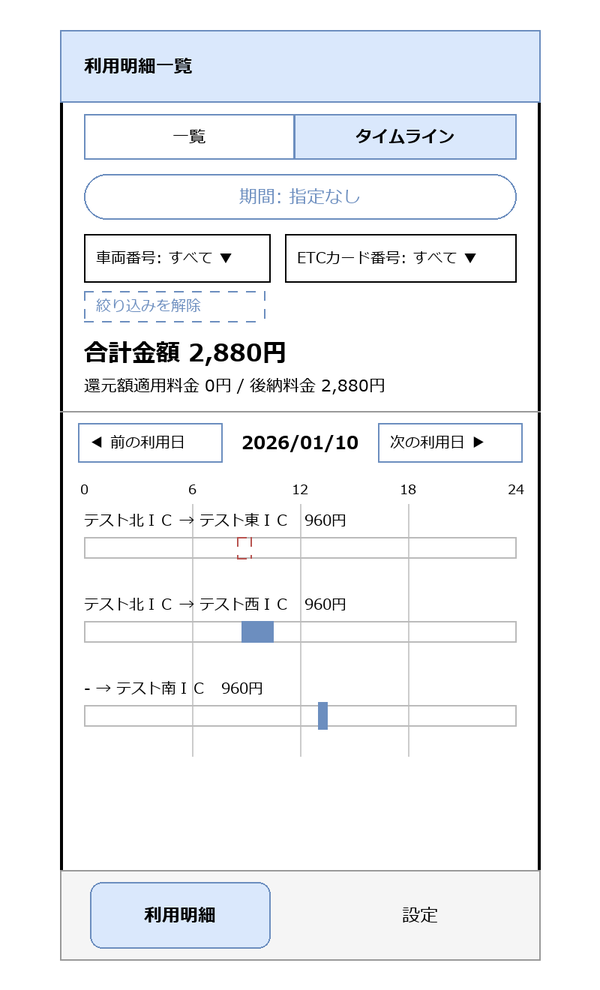
Above: docs/systems/screens/images/SCR-002-statement-timeline.drawio.png in hnt1028/etc-meisai (draw.io), before the change. Source tidied: cells renumbered, new cells last; positions are measured from the earlier drawing's top-left corner, leaving out a move shared by most shapes. Source of this version:
```xml
<mxGraphModel>
  <root>
    <mxCell id="0" />
    <mxCell id="1" parent="0" />
    <mxCell id="2" style="rounded=1;whiteSpace=wrap;html=1;arcSize=3;strokeWidth=2;" parent="1" vertex="1">
      <mxGeometry width="320" height="620" as="geometry" />
    </mxCell>
    <mxCell id="3" value="利用明細一覧" style="rounded=0;whiteSpace=wrap;html=1;align=left;spacingLeft=16;fontStyle=1;fillColor=#dae8fc;strokeColor=#6c8ebf;" parent="1" vertex="1">
      <mxGeometry width="320" height="48" as="geometry" />
    </mxCell>
    <mxCell id="4" value="一覧" style="rounded=0;whiteSpace=wrap;html=1;fontSize=11;fillColor=none;strokeColor=#6c8ebf;" parent="1" vertex="1">
      <mxGeometry x="16" y="56" width="140" height="30" as="geometry" />
    </mxCell>
    <mxCell id="5" value="タイムライン" style="rounded=0;whiteSpace=wrap;html=1;fontSize=11;fillColor=#dae8fc;strokeColor=#6c8ebf;fontStyle=1;" parent="1" vertex="1">
      <mxGeometry x="156" y="56" width="148" height="30" as="geometry" />
    </mxCell>
    <mxCell id="6" value="期間: 指定なし" style="rounded=1;whiteSpace=wrap;html=1;arcSize=50;fillColor=none;strokeColor=#6c8ebf;fontColor=#6c8ebf;" parent="1" vertex="1">
      <mxGeometry x="16" y="96" width="288" height="30" as="geometry" />
    </mxCell>
    <mxCell id="7" value="車両番号: すべて ▼" style="rounded=0;whiteSpace=wrap;html=1;align=left;spacingLeft=8;fontSize=10;fillColor=none;" parent="1" vertex="1">
      <mxGeometry x="16" y="136" width="124" height="32" as="geometry" />
    </mxCell>
    <mxCell id="8" value="ETCカード番号: すべて ▼" style="rounded=0;whiteSpace=wrap;html=1;align=left;spacingLeft=8;fontSize=10;fillColor=none;" parent="1" vertex="1">
      <mxGeometry x="150" y="136" width="154" height="32" as="geometry" />
    </mxCell>
    <mxCell id="9" value="絞り込みを解除" style="rounded=0;whiteSpace=wrap;html=1;align=left;spacingLeft=8;fontSize=10;fillColor=none;dashed=1;fontColor=#6c8ebf;strokeColor=#6c8ebf;" parent="1" vertex="1">
      <mxGeometry x="16" y="174" width="120" height="20" as="geometry" />
    </mxCell>
    <mxCell id="10" value="合計金額 2,880円" style="text;html=1;align=left;verticalAlign=middle;fontStyle=1;fontSize=16;" parent="1" vertex="1">
      <mxGeometry x="16" y="202" width="288" height="26" as="geometry" />
    </mxCell>
    <mxCell id="11" value="還元額適用料金 0円 / 後納料金 2,880円" style="text;html=1;align=left;verticalAlign=middle;fontSize=11;" parent="1" vertex="1">
      <mxGeometry x="16" y="228" width="288" height="18" as="geometry" />
    </mxCell>
    <mxCell id="12" style="endArrow=none;html=1;strokeColor=#999999;" parent="1" edge="1">
      <mxGeometry relative="1" as="geometry">
        <mxPoint y="254" as="sourcePoint" />
        <mxPoint x="320" y="254" as="targetPoint" />
      </mxGeometry>
    </mxCell>
    <mxCell id="13" value="◀ 前の利用日" style="rounded=0;whiteSpace=wrap;html=1;align=left;spacingLeft=8;fontSize=10;fillColor=none;fontSize=10;strokeColor=#6c8ebf;" parent="1" vertex="1">
      <mxGeometry x="12" y="262" width="96" height="26" as="geometry" />
    </mxCell>
    <mxCell id="14" value="2026/01/10" style="text;html=1;align=center;verticalAlign=middle;fontStyle=1;" parent="1" vertex="1">
      <mxGeometry x="108" y="262" width="104" height="26" as="geometry" />
    </mxCell>
    <mxCell id="15" value="次の利用日 ▶" style="rounded=0;whiteSpace=wrap;html=1;align=left;spacingLeft=8;fontSize=10;fillColor=none;fontSize=10;strokeColor=#6c8ebf;" parent="1" vertex="1">
      <mxGeometry x="212" y="262" width="96" height="26" as="geometry" />
    </mxCell>
    <mxCell id="16" value="0" style="text;html=1;align=center;verticalAlign=middle;fontSize=9;" parent="1" vertex="1">
      <mxGeometry x="6" y="298" width="20" height="16" as="geometry" />
    </mxCell>
    <mxCell id="17" value="6" style="text;html=1;align=center;verticalAlign=middle;fontSize=9;" parent="1" vertex="1">
      <mxGeometry x="78" y="298" width="20" height="16" as="geometry" />
    </mxCell>
    <mxCell id="18" value="12" style="text;html=1;align=center;verticalAlign=middle;fontSize=9;" parent="1" vertex="1">
      <mxGeometry x="150" y="298" width="20" height="16" as="geometry" />
    </mxCell>
    <mxCell id="19" value="18" style="text;html=1;align=center;verticalAlign=middle;fontSize=9;" parent="1" vertex="1">
      <mxGeometry x="222" y="298" width="20" height="16" as="geometry" />
    </mxCell>
    <mxCell id="20" value="24" style="text;html=1;align=center;verticalAlign=middle;fontSize=9;" parent="1" vertex="1">
      <mxGeometry x="294" y="298" width="20" height="16" as="geometry" />
    </mxCell>
    <mxCell id="21" style="endArrow=none;html=1;strokeColor=#cccccc;" parent="1" edge="1">
      <mxGeometry relative="1" as="geometry">
        <mxPoint x="88" y="316" as="sourcePoint" />
        <mxPoint x="88" y="484" as="targetPoint" />
      </mxGeometry>
    </mxCell>
    <mxCell id="22" style="endArrow=none;html=1;strokeColor=#cccccc;" parent="1" edge="1">
      <mxGeometry relative="1" as="geometry">
        <mxPoint x="160" y="316" as="sourcePoint" />
        <mxPoint x="160" y="484" as="targetPoint" />
      </mxGeometry>
    </mxCell>
    <mxCell id="23" style="endArrow=none;html=1;strokeColor=#cccccc;" parent="1" edge="1">
      <mxGeometry relative="1" as="geometry">
        <mxPoint x="232" y="316" as="sourcePoint" />
        <mxPoint x="232" y="484" as="targetPoint" />
      </mxGeometry>
    </mxCell>
    <mxCell id="24" value="テスト北ＩＣ → テスト東ＩＣ　960円" style="text;html=1;align=left;verticalAlign=middle;fontSize=10;" parent="1" vertex="1">
      <mxGeometry x="16" y="318" width="288" height="18" as="geometry" />
    </mxCell>
    <mxCell id="25" style="rounded=0;whiteSpace=wrap;html=1;fillColor=none;strokeColor=#bbbbbb;" parent="1" vertex="1">
      <mxGeometry x="16" y="338" width="288" height="14" as="geometry" />
    </mxCell>
    <mxCell id="26" style="rounded=0;whiteSpace=wrap;html=1;fillColor=none;strokeColor=#b85450;dashed=1;" parent="1" vertex="1">
      <mxGeometry x="118" y="338" width="9" height="14" as="geometry" />
    </mxCell>
    <mxCell id="27" value="テスト北ＩＣ → テスト西ＩＣ　960円" style="text;html=1;align=left;verticalAlign=middle;fontSize=10;" parent="1" vertex="1">
      <mxGeometry x="16" y="374" width="288" height="18" as="geometry" />
    </mxCell>
    <mxCell id="28" style="rounded=0;whiteSpace=wrap;html=1;fillColor=none;strokeColor=#bbbbbb;" parent="1" vertex="1">
      <mxGeometry x="16" y="394" width="288" height="14" as="geometry" />
    </mxCell>
    <mxCell id="29" style="rounded=0;whiteSpace=wrap;html=1;fillColor=#6c8ebf;strokeColor=#6c8ebf;" parent="1" vertex="1">
      <mxGeometry x="121" y="394" width="21" height="14" as="geometry" />
    </mxCell>
    <mxCell id="30" value="- → テスト南ＩＣ　960円" style="text;html=1;align=left;verticalAlign=middle;fontSize=10;" parent="1" vertex="1">
      <mxGeometry x="16" y="430" width="288" height="18" as="geometry" />
    </mxCell>
    <mxCell id="31" style="rounded=0;whiteSpace=wrap;html=1;fillColor=none;strokeColor=#bbbbbb;" parent="1" vertex="1">
      <mxGeometry x="16" y="450" width="288" height="14" as="geometry" />
    </mxCell>
    <mxCell id="32" style="rounded=0;whiteSpace=wrap;html=1;fillColor=#6c8ebf;strokeColor=#6c8ebf;" parent="1" vertex="1">
      <mxGeometry x="172" y="448" width="6" height="18" as="geometry" />
    </mxCell>
    <mxCell id="33" style="rounded=0;whiteSpace=wrap;html=1;fillColor=#f5f5f5;strokeColor=#999999;" parent="1" vertex="1">
      <mxGeometry y="560" width="320" height="60" as="geometry" />
    </mxCell>
    <mxCell id="34" value="利用明細" style="rounded=1;whiteSpace=wrap;html=1;arcSize=40;fillColor=#dae8fc;strokeColor=#6c8ebf;fontStyle=1;" parent="1" vertex="1">
      <mxGeometry x="20" y="568" width="120" height="44" as="geometry" />
    </mxCell>
    <mxCell id="35" value="設定" style="rounded=1;whiteSpace=wrap;html=1;arcSize=40;fillColor=none;strokeColor=#f5f5f5;" parent="1" vertex="1">
      <mxGeometry x="180" y="568" width="120" height="44" as="geometry" />
    </mxCell>
  </root>
</mxGraphModel>
```
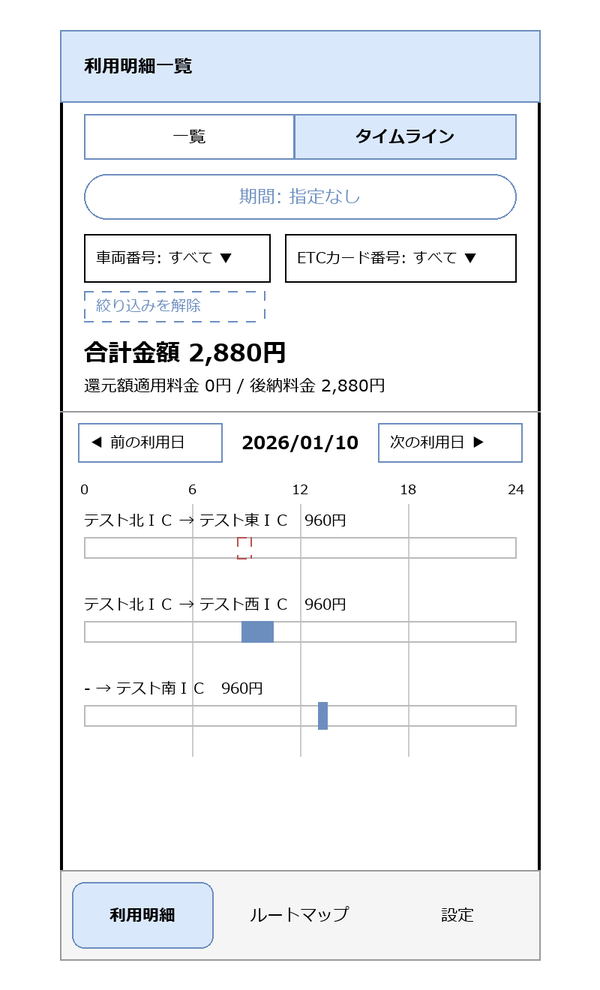
Above is the later version.

Change to the diagram source:
```diff
@@ -110,11 +110,14 @@
     <mxCell id="33" style="rounded=0;whiteSpace=wrap;html=1;fillColor=#f5f5f5;strokeColor=#999999;" parent="1" vertex="1">
       <mxGeometry y="560" width="320" height="60" as="geometry" />
     </mxCell>
-    <mxCell id="34" value="利用明細" style="rounded=1;whiteSpace=wrap;html=1;arcSize=40;fillColor=#dae8fc;strokeColor=#6c8ebf;fontStyle=1;" parent="1" vertex="1">
-      <mxGeometry x="20" y="568" width="120" height="44" as="geometry" />
+    <mxCell id="34" value="利用明細" style="rounded=1;whiteSpace=wrap;html=1;arcSize=40;fontSize=11;fillColor=#dae8fc;strokeColor=#6c8ebf;fontStyle=1;" parent="1" vertex="1">
+      <mxGeometry x="8" y="568" width="94" height="44" as="geometry" />
     </mxCell>
-    <mxCell id="35" value="設定" style="rounded=1;whiteSpace=wrap;html=1;arcSize=40;fillColor=none;strokeColor=#f5f5f5;" parent="1" vertex="1">
-      <mxGeometry x="180" y="568" width="120" height="44" as="geometry" />
+    <mxCell id="35" value="ルートマップ" style="rounded=1;whiteSpace=wrap;html=1;arcSize=40;fontSize=11;fillColor=none;strokeColor=#f5f5f5;" parent="1" vertex="1">
+      <mxGeometry x="113" y="568" width="94" height="44" as="geometry" />
     </mxCell>
+    <mxCell id="36" value="設定" style="rounded=1;whiteSpace=wrap;html=1;arcSize=40;fontSize=11;fillColor=none;strokeColor=#f5f5f5;" parent="1" vertex="1">
+      <mxGeometry x="218" y="568" width="94" height="44" as="geometry" />
+    </mxCell>
   </root>
 </mxGraphModel>
```
